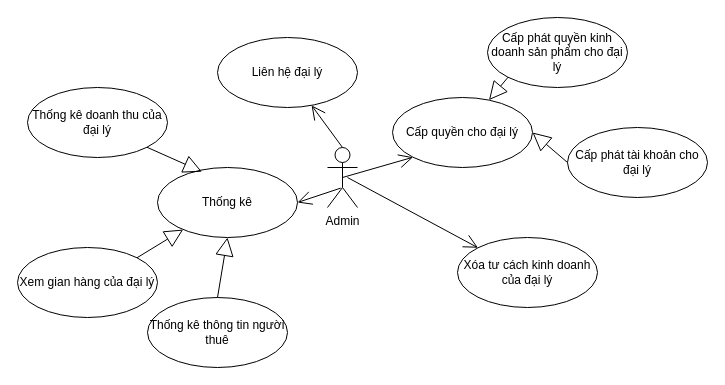
Above: page "Page-4" (4 of 7) of use-case.drawio in xuanthangsn/bicycle-rental-service (draw.io), before the change. Source tidied: cells renumbered, new cells numbered last; positions are measured from the earlier drawing's top-left corner, leaving out a move shared by most shapes. Both pictures are drawn from the tidied source at 100%, with x=0, y=0 at pixel (17, 17).
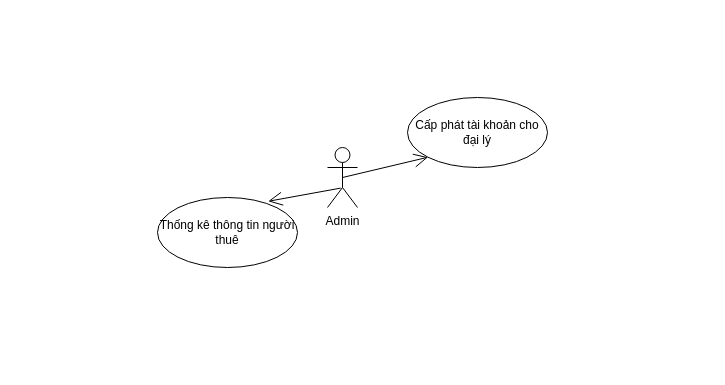
The same page after the edit.

Unchanged cells that the change refers to:
```xml
<mxCell id="2" value="Admin" style="shape=umlActor;verticalLabelPosition=bottom;verticalAlign=top;html=1;" parent="1" vertex="1">
  <mxGeometry x="310" y="130" width="30" height="60" as="geometry" />
</mxCell>
```

What changed in the source:
```diff
@@
-    <mxCell id="3" style="endArrow=open;endFill=1;endSize=12;html=1;rounded=0;exitX=0.5;exitY=0.5;exitDx=0;exitDy=0;exitPerimeter=0;entryX=0;entryY=1;entryDx=0;entryDy=0;" parent="1" edge="1" source="2" target="4">
+    <mxCell id="3" style="endArrow=open;endFill=1;endSize=12;html=1;rounded=0;exitX=0.5;exitY=0.5;exitDx=0;exitDy=0;exitPerimeter=0;entryX=0;entryY=1;entryDx=0;entryDy=0;" parent="1" edge="1" source="2" target="5">
       <mxGeometry relative="1" as="geometry" />
     </mxCell>
-    <mxCell id="4" value="Cấp quyền cho đại lý" style="ellipse;whiteSpace=wrap;html=1;" parent="1" vertex="1">
-      <mxGeometry x="375" y="80" width="140" height="70" as="geometry" />
-    </mxCell>
     <mxCell id="5" value="Cấp phát tài khoản cho đại lý" style="ellipse;whiteSpace=wrap;html=1;" parent="1" vertex="1">
-      <mxGeometry x="550" y="110" width="140" height="70" as="geometry" />
+      <mxGeometry x="390" y="80" width="140" height="70" as="geometry" />
     </mxCell>
-    <mxCell id="6" value="Cấp phát quyền kinh doanh sản phẩm cho đại lý" style="ellipse;whiteSpace=wrap;html=1;" parent="1" vertex="1">
-      <mxGeometry x="470" width="140" height="70" as="geometry" />
-    </mxCell>
-    <mxCell id="7" style="endArrow=block;endSize=16;endFill=0;html=1;rounded=0;exitX=0;exitY=0.5;exitDx=0;exitDy=0;entryX=1;entryY=0.5;entryDx=0;entryDy=0;" parent="1" edge="1" source="5" target="4">
-      <mxGeometry x="0.12" relative="1" as="geometry" />
-    </mxCell>
-    <mxCell id="8" style="endArrow=block;endSize=16;endFill=0;html=1;rounded=0;exitX=0;exitY=1;exitDx=0;exitDy=0;" parent="1" edge="1" source="6" target="4">
-      <mxGeometry x="0.12" relative="1" as="geometry" />
-    </mxCell>
-    <mxCell id="9" value="Xóa tư cách kinh doanh của đại lý" style="ellipse;whiteSpace=wrap;html=1;" parent="1" vertex="1">
-      <mxGeometry x="440" y="220" width="140" height="70" as="geometry" />
-    </mxCell>
-    <mxCell id="10" style="endArrow=open;endFill=1;endSize=12;html=1;rounded=0;entryX=0;entryY=0;entryDx=0;entryDy=0;" parent="1" edge="1" target="9">
-      <mxGeometry relative="1" as="geometry">
-        <mxPoint x="330" y="160" as="sourcePoint" />
-      </mxGeometry>
-    </mxCell>
-    <mxCell id="11" value="Thống kê" style="ellipse;whiteSpace=wrap;html=1;" parent="1" vertex="1">
-      <mxGeometry x="140" y="150" width="140" height="70" as="geometry" />
-    </mxCell>
-    <mxCell id="12" value="Xem gian hàng của đại lý" style="ellipse;whiteSpace=wrap;html=1;" parent="1" vertex="1">
-      <mxGeometry y="230" width="140" height="70" as="geometry" />
-    </mxCell>
-    <mxCell id="13" value="Thống kê doanh thu của đại lý" style="ellipse;whiteSpace=wrap;html=1;" parent="1" vertex="1">
-      <mxGeometry x="10" y="70" width="140" height="70" as="geometry" />
-    </mxCell>
-    <mxCell id="14" style="endArrow=block;endSize=16;endFill=0;html=1;rounded=0;exitX=1;exitY=1;exitDx=0;exitDy=0;entryX=0.317;entryY=0.06;entryDx=0;entryDy=0;entryPerimeter=0;" parent="1" edge="1" source="13" target="11">
-      <mxGeometry x="0.12" relative="1" as="geometry" />
-    </mxCell>
-    <mxCell id="15" style="endArrow=block;endSize=16;endFill=0;html=1;rounded=0;exitX=1;exitY=0;exitDx=0;exitDy=0;" parent="1" edge="1" source="12" target="11">
-      <mxGeometry x="0.12" relative="1" as="geometry" />
-    </mxCell>
-    <mxCell id="16" style="endArrow=open;endFill=1;endSize=12;html=1;rounded=0;entryX=1;entryY=0.5;entryDx=0;entryDy=0;exitX=0.44;exitY=0.677;exitDx=0;exitDy=0;exitPerimeter=0;" parent="1" edge="1" source="2" target="11">
+    <mxCell id="16" style="endArrow=open;endFill=1;endSize=12;html=1;rounded=0;entryX=0.791;entryY=0.054;entryDx=0;entryDy=0;exitX=0.44;exitY=0.677;exitDx=0;exitDy=0;exitPerimeter=0;entryPerimeter=0;" parent="1" edge="1" source="2" target="19">
       <mxGeometry relative="1" as="geometry" />
     </mxCell>
-    <mxCell id="17" value="Liên hệ đại lý" style="ellipse;whiteSpace=wrap;html=1;" parent="1" vertex="1">
-      <mxGeometry x="200" y="20" width="140" height="70" as="geometry" />
-    </mxCell>
-    <mxCell id="18" style="endArrow=open;endFill=1;endSize=12;html=1;rounded=0;exitX=0.5;exitY=0;exitDx=0;exitDy=0;exitPerimeter=0;" parent="1" edge="1" source="2" target="17">
-      <mxGeometry relative="1" as="geometry" />
-    </mxCell>
     <mxCell id="19" value="Thống kê thông tin người thuê" style="ellipse;whiteSpace=wrap;html=1;" parent="1" vertex="1">
-      <mxGeometry x="130" y="280" width="140" height="70" as="geometry" />
+      <mxGeometry x="140" y="180" width="140" height="70" as="geometry" />
     </mxCell>
-    <mxCell id="20" style="endArrow=block;endSize=16;endFill=0;html=1;rounded=0;exitX=0.5;exitY=0;exitDx=0;exitDy=0;entryX=0.5;entryY=1;entryDx=0;entryDy=0;" parent="1" edge="1" source="19" target="11">
-      <mxGeometry x="0.12" relative="1" as="geometry" />
-    </mxCell>
```
